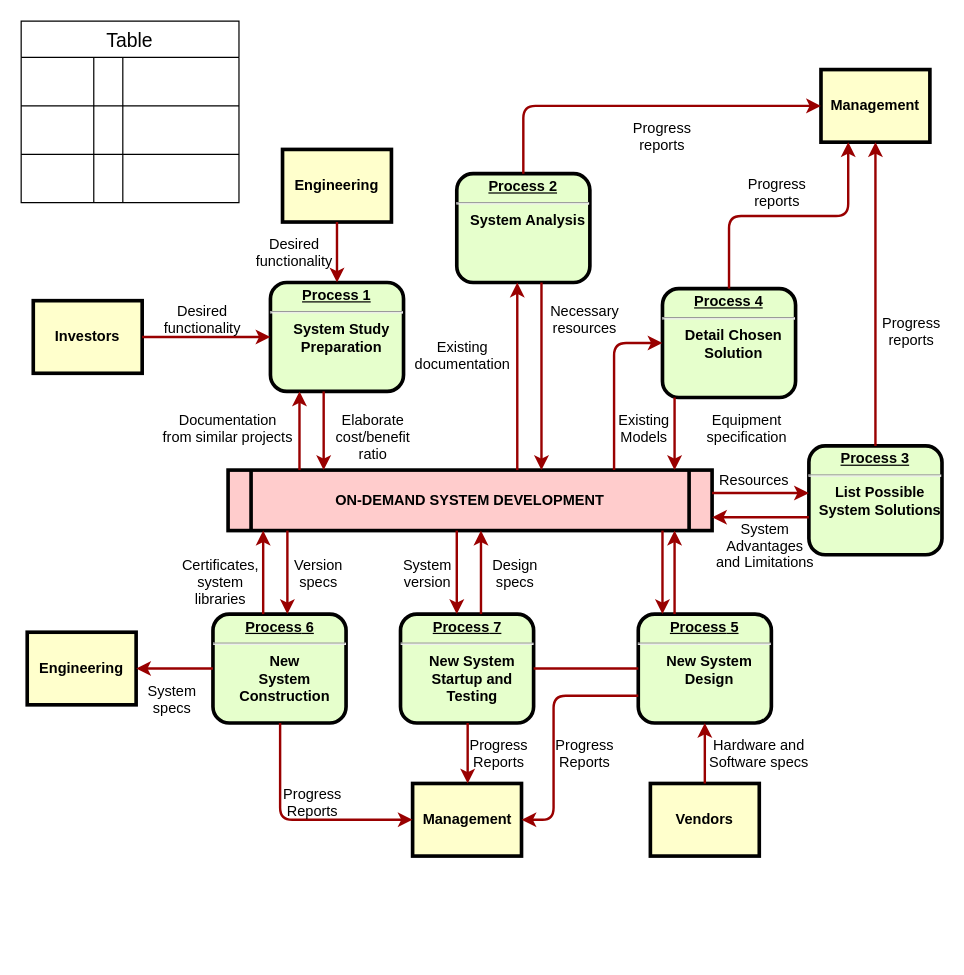
Earlier version of the draw.io diagram 未命名绘图.drawio (cwb927/demo). Source tidied: cells renumbered, new cells numbered last; positions are measured from the earlier drawing's top-left corner, leaving out a move shared by most shapes. Both pictures are drawn from the tidied source at 121%, with x=0, y=0 at pixel (21, 21).
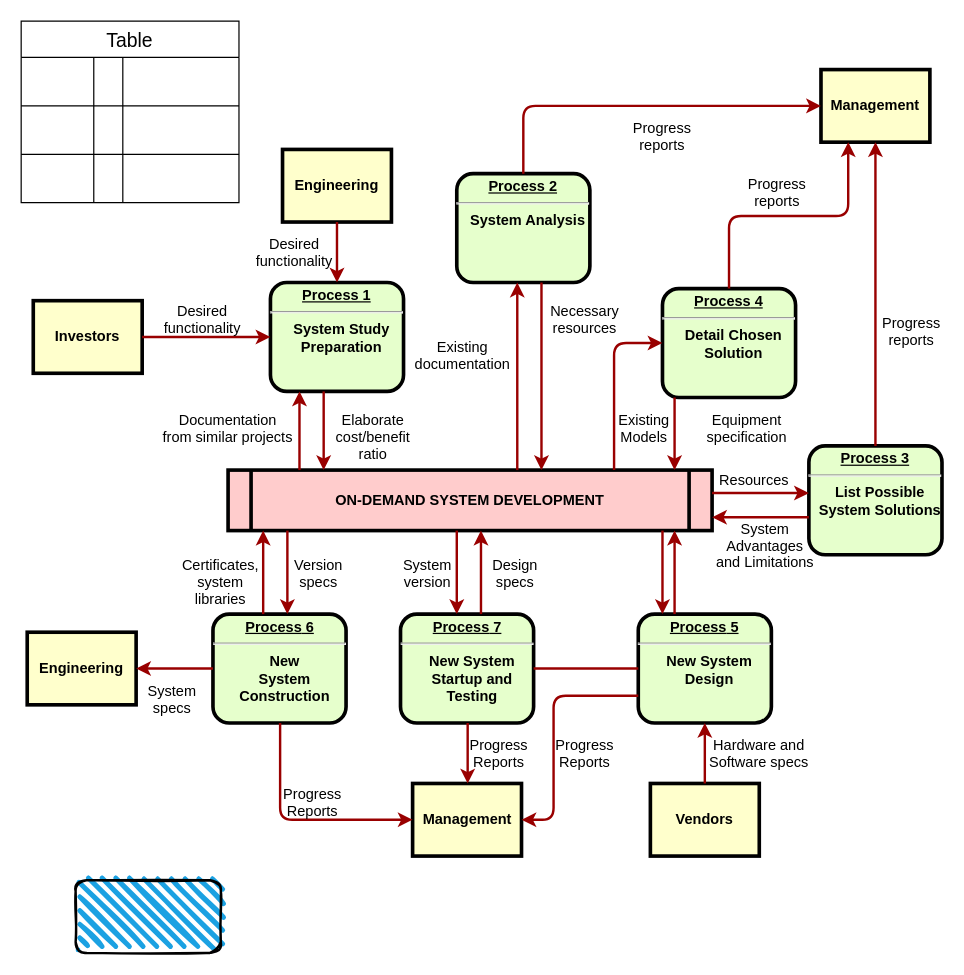
Above is the later version.

Diff of the diagram source:
```diff
@@
+    <mxCell id="76" style="rounded=1;whiteSpace=wrap;html=1;strokeWidth=2;fillWeight=4;hachureGap=8;hachureAngle=45;fillColor=#1ba1e2;sketch=1;" parent="1" vertex="1">
+      <mxGeometry x="45" y="710" width="120" height="60" as="geometry" />
+    </mxCell>
```
